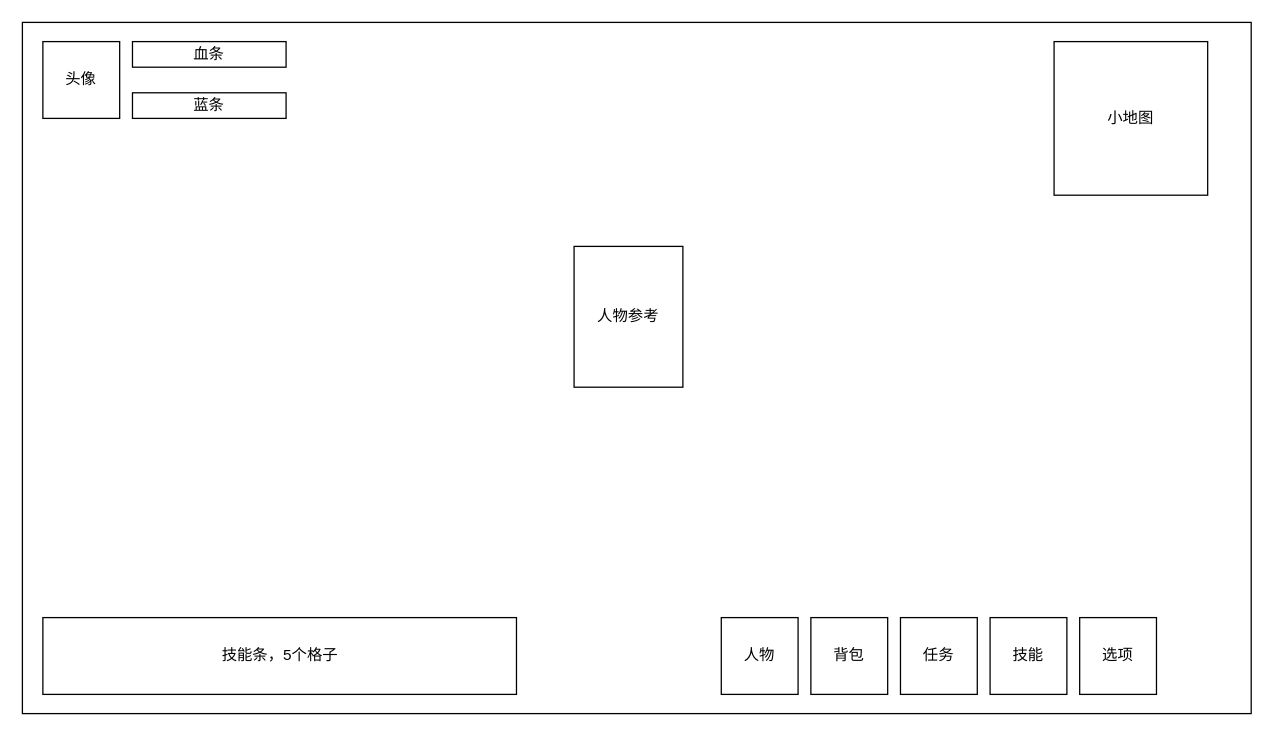
Earlier version of the draw.io diagram ui_design.drawio (ssw940521/archerBackend). Source tidied: cells renumbered, new cells numbered last; positions are measured from the earlier drawing's top-left corner, leaving out a move shared by most shapes. Both pictures are drawn from the tidied source at 128%, with x=0, y=0 at pixel (22, 22).
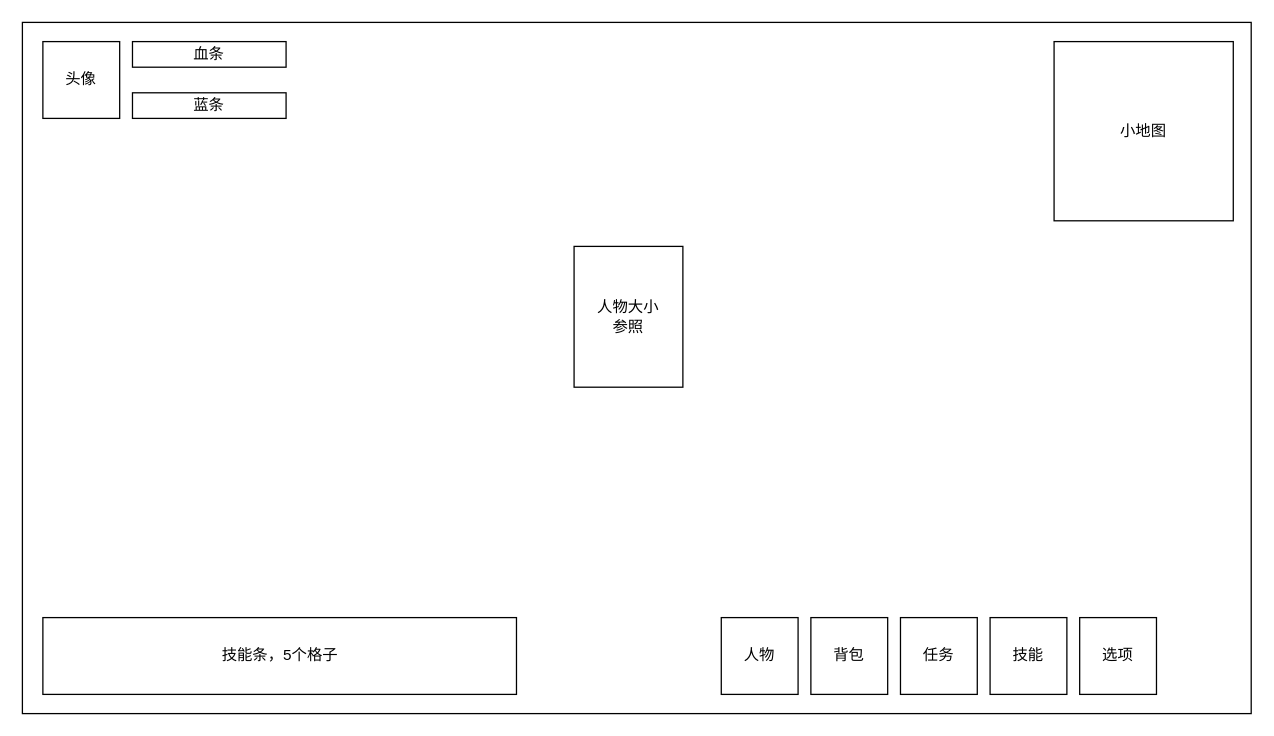
The same page after the edit.

Change to the diagram source:
```diff
@@
     <mxCell id="15" value="小地图" style="rounded=0;whiteSpace=wrap;html=1;" parent="1" vertex="1">
-      <mxGeometry x="806" y="15" width="120" height="120" as="geometry" />
+      <mxGeometry x="806" y="15" width="140" height="140" as="geometry" />
     </mxCell>
-    <mxCell id="16" value="人物参考" style="rounded=0;whiteSpace=wrap;html=1;" parent="1" vertex="1">
+    <mxCell id="16" value="人物大小&lt;div&gt;参照&lt;/div&gt;" style="rounded=0;whiteSpace=wrap;html=1;" parent="1" vertex="1">
       <mxGeometry x="431" y="175" width="85" height="110" as="geometry" />
     </mxCell>
```
